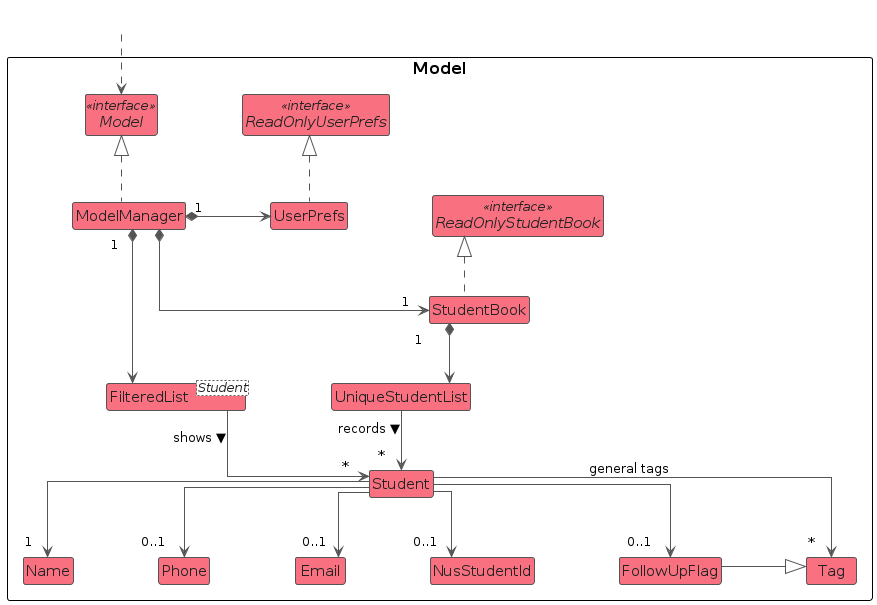
This is diagrams/ModelClassDiagram.png from AY2627S1-CS2103T-T16-1/tp, a PlantUML export, as it was before one commit. Its source is kept beside it as diagrams/ModelClassDiagram.puml.
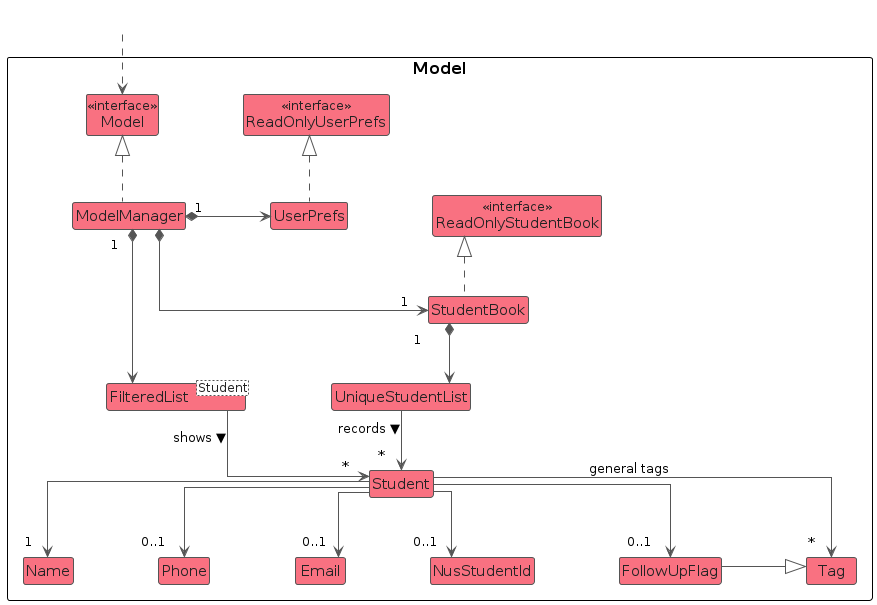
After the change.

Diff of the diagram source:
```diff
@@ -11,9 +11,9 @@
 skinparam ranksep 60
 
 package "Model" as ModelComponent {
-interface Model <<interface>>
-interface ReadOnlyStudentBook <<interface>>
-interface ReadOnlyUserPrefs <<interface>>
+class Model <<interface>>
+class ReadOnlyStudentBook <<interface>>
+class ReadOnlyUserPrefs <<interface>>
 class ModelManager
 class StudentBook
 class UserPrefs
```
